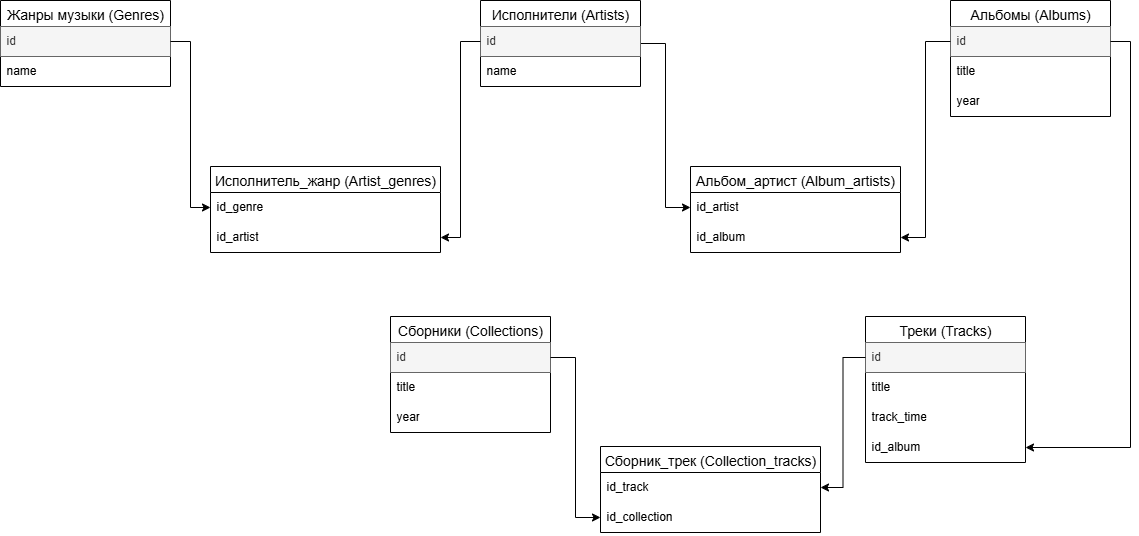
servalov/cppDB_hw keeps this draw.io diagram as Lesson_2/Музыкальный сайт_new.png. Above is the earlier version. Source tidied: cells renumbered, new cells last; positions are measured from the earlier drawing's top-left corner, leaving out a move shared by most shapes.
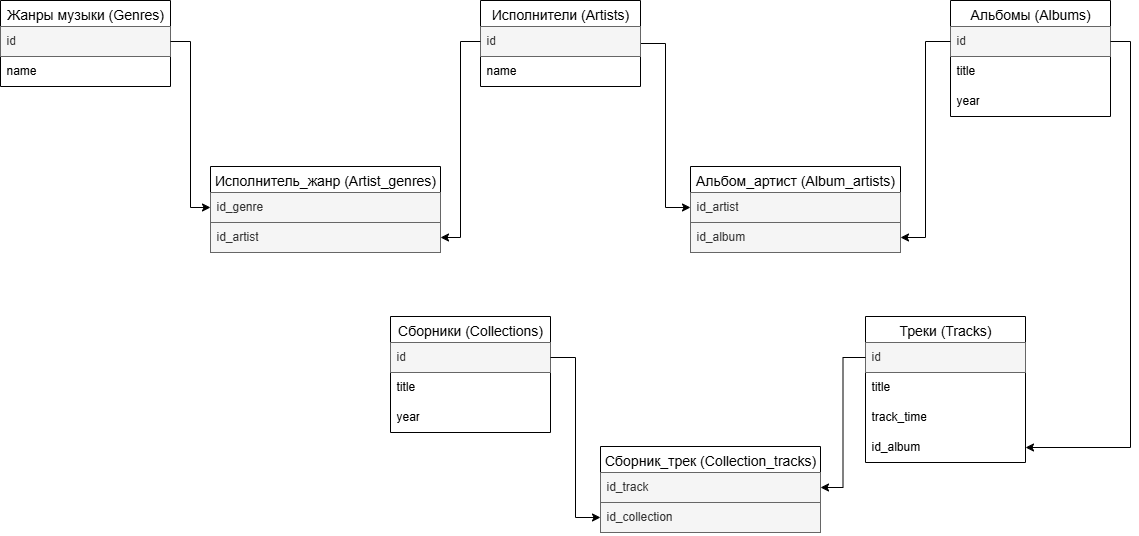
After the commit.

Diff of the diagram source:
```diff
@@ -14,19 +14,19 @@
     <mxCell id="5" value="Исполнитель_жанр (Artist_genres)" style="swimlane;fontStyle=0;horizontal=1;startSize=26;align=center;fontSize=14;" parent="1" vertex="1">
       <mxGeometry x="210" y="166" width="230" height="86" as="geometry" />
     </mxCell>
-    <mxCell id="6" value="id_genre" style="text;strokeColor=none;fillColor=none;spacingLeft=4;spacingRight=4;overflow=hidden;points=[[0,0.5],[1,0.5]];portConstraint=eastwest;fontSize=12;whiteSpace=wrap;html=1;" parent="5" vertex="1">
+    <mxCell id="6" value="id_genre" style="text;strokeColor=#666666;fillColor=#f5f5f5;spacingLeft=4;spacingRight=4;overflow=hidden;points=[[0,0.5],[1,0.5]];portConstraint=eastwest;fontSize=12;whiteSpace=wrap;html=1;fontColor=#333333;" parent="5" vertex="1">
       <mxGeometry y="26" width="230" height="30" as="geometry" />
     </mxCell>
-    <mxCell id="7" value="id_artist" style="text;strokeColor=none;fillColor=none;spacingLeft=4;spacingRight=4;overflow=hidden;points=[[0,0.5],[1,0.5]];portConstraint=eastwest;fontSize=12;whiteSpace=wrap;html=1;" parent="5" vertex="1">
+    <mxCell id="7" value="id_artist" style="text;strokeColor=#666666;fillColor=#f5f5f5;spacingLeft=4;spacingRight=4;overflow=hidden;points=[[0,0.5],[1,0.5]];portConstraint=eastwest;fontSize=12;whiteSpace=wrap;html=1;fontColor=#333333;" parent="5" vertex="1">
       <mxGeometry y="56" width="230" height="30" as="geometry" />
     </mxCell>
     <mxCell id="8" value="Альбом_артист (Album_artists)" style="swimlane;fontStyle=0;horizontal=1;startSize=26;align=center;fontSize=14;" parent="1" vertex="1">
       <mxGeometry x="690" y="166" width="210" height="86" as="geometry" />
     </mxCell>
-    <mxCell id="9" value="id_artist" style="text;strokeColor=none;fillColor=none;spacingLeft=4;spacingRight=4;overflow=hidden;points=[[0,0.5],[1,0.5]];portConstraint=eastwest;fontSize=12;whiteSpace=wrap;html=1;" parent="8" vertex="1">
+    <mxCell id="9" value="id_artist" style="text;strokeColor=#666666;fillColor=#f5f5f5;spacingLeft=4;spacingRight=4;overflow=hidden;points=[[0,0.5],[1,0.5]];portConstraint=eastwest;fontSize=12;whiteSpace=wrap;html=1;fontColor=#333333;" parent="8" vertex="1">
       <mxGeometry y="26" width="210" height="30" as="geometry" />
     </mxCell>
-    <mxCell id="10" value="id_album" style="text;strokeColor=none;fillColor=none;spacingLeft=4;spacingRight=4;overflow=hidden;points=[[0,0.5],[1,0.5]];portConstraint=eastwest;fontSize=12;whiteSpace=wrap;html=1;" parent="8" vertex="1">
+    <mxCell id="10" value="id_album" style="text;strokeColor=#666666;fillColor=#f5f5f5;spacingLeft=4;spacingRight=4;overflow=hidden;points=[[0,0.5],[1,0.5]];portConstraint=eastwest;fontSize=12;whiteSpace=wrap;html=1;fontColor=#333333;" parent="8" vertex="1">
       <mxGeometry y="56" width="210" height="30" as="geometry" />
     </mxCell>
     <mxCell id="11" value="Альбомы (Albums)" style="swimlane;fontStyle=0;horizontal=1;startSize=26;align=center;fontSize=14;" parent="1" vertex="1">
@@ -59,10 +59,10 @@
     <mxCell id="20" value="Сборник_трек (Collection_tracks)" style="swimlane;fontStyle=0;horizontal=1;startSize=26;align=center;fontSize=14;" parent="1" vertex="1">
       <mxGeometry x="600" y="446" width="220" height="86" as="geometry" />
     </mxCell>
-    <mxCell id="21" value="id_track" style="text;strokeColor=none;fillColor=none;spacingLeft=4;spacingRight=4;overflow=hidden;points=[[0,0.5],[1,0.5]];portConstraint=eastwest;fontSize=12;whiteSpace=wrap;html=1;" parent="20" vertex="1">
+    <mxCell id="21" value="id_track" style="text;strokeColor=#666666;fillColor=#f5f5f5;spacingLeft=4;spacingRight=4;overflow=hidden;points=[[0,0.5],[1,0.5]];portConstraint=eastwest;fontSize=12;whiteSpace=wrap;html=1;fontColor=#333333;" parent="20" vertex="1">
       <mxGeometry y="26" width="220" height="30" as="geometry" />
     </mxCell>
-    <mxCell id="22" value="id_collection" style="text;strokeColor=none;fillColor=none;spacingLeft=4;spacingRight=4;overflow=hidden;points=[[0,0.5],[1,0.5]];portConstraint=eastwest;fontSize=12;whiteSpace=wrap;html=1;" parent="20" vertex="1">
+    <mxCell id="22" value="id_collection" style="text;strokeColor=#666666;fillColor=#f5f5f5;spacingLeft=4;spacingRight=4;overflow=hidden;points=[[0,0.5],[1,0.5]];portConstraint=eastwest;fontSize=12;whiteSpace=wrap;html=1;fontColor=#333333;" parent="20" vertex="1">
       <mxGeometry y="56" width="220" height="30" as="geometry" />
     </mxCell>
     <mxCell id="23" style="edgeStyle=orthogonalEdgeStyle;rounded=0;jettySize=auto;html=1;exitX=1;exitY=0.5;exitDx=0;exitDy=0;entryX=0;entryY=0.5;entryDx=0;entryDy=0;" parent="1" edge="1" source="24" target="9">
```
